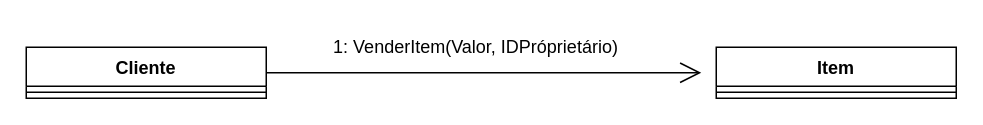
Before: Comunicação/VenderItem.drawio in Nathy14/Steam-PJTsoftware, a draw.io diagram. Source tidied: cells renumbered, new cells numbered last; positions are measured from the earlier drawing's top-left corner, leaving out a move shared by most shapes. Both pictures are drawn from the tidied source at 150%, with x=0, y=0 at pixel (26, 32).
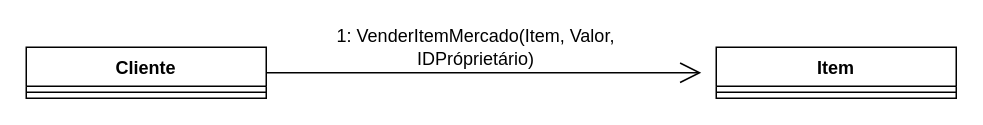
The same diagram, later.

Change to the diagram source:
```diff
@@
 <mxGraphModel>
   <root>
     <mxCell id="0" />
     <mxCell id="1" parent="0" />
     <mxCell id="2" style="edgeStyle=orthogonalEdgeStyle;rounded=0;jumpSize=7;jettySize=auto;html=1;exitX=1;exitY=0.5;exitDx=0;exitDy=0;startArrow=none;startFill=0;startSize=13;endArrow=open;endFill=0;endSize=12;" parent="1" edge="1" source="3">
       <mxGeometry relative="1" as="geometry">
         <mxPoint x="450" y="27" as="targetPoint" />
       </mxGeometry>
     </mxCell>
     <mxCell id="3" value="Cliente" style="swimlane;fontStyle=1;align=center;verticalAlign=top;horizontal=1;startSize=26;" parent="1" vertex="1">
       <mxGeometry y="10" width="160" height="34" as="geometry" />
     </mxCell>
     <mxCell id="4" style="line;strokeWidth=1;fillColor=none;align=left;verticalAlign=middle;spacingTop=-1;spacingLeft=3;spacingRight=3;labelPosition=right;" parent="3" vertex="1">
       <mxGeometry y="26" width="160" height="8" as="geometry" />
     </mxCell>
     <mxCell id="5" value="Item" style="swimlane;fontStyle=1;align=center;verticalAlign=top;horizontal=1;startSize=26;" parent="1" vertex="1">
       <mxGeometry x="460" y="10" width="160" height="34" as="geometry" />
     </mxCell>
     <mxCell id="6" style="line;strokeWidth=1;fillColor=none;align=left;verticalAlign=middle;spacingTop=-1;spacingLeft=3;spacingRight=3;labelPosition=right;" parent="5" vertex="1">
       <mxGeometry y="26" width="160" height="8" as="geometry" />
     </mxCell>
-    <mxCell id="7" value="1: VenderItem(Valor, IDPróprietário)" style="text;html=1;strokeColor=none;fillColor=none;align=center;verticalAlign=middle;whiteSpace=wrap;rounded=0;" parent="1" vertex="1">
+    <mxCell id="7" value="1: VenderItemMercado(Item, Valor, IDPróprietário)" style="text;html=1;strokeColor=none;fillColor=none;align=center;verticalAlign=middle;whiteSpace=wrap;rounded=0;" parent="1" vertex="1">
       <mxGeometry x="170" width="260" height="20" as="geometry" />
     </mxCell>
   </root>
 </mxGraphModel>
```
